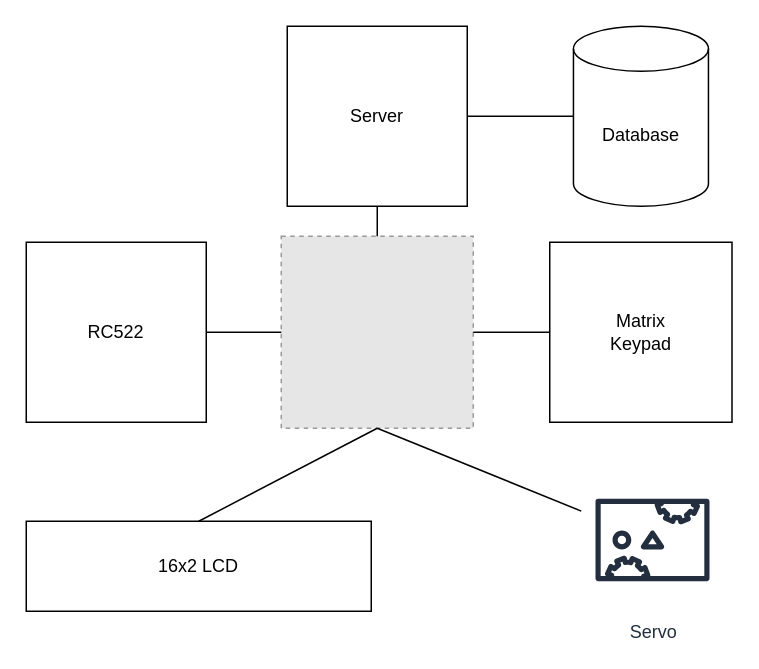
Earlier version of the draw.io diagram docs/imgs/system-overview.drawio (49e94b8f256530dc0d41f740dfe8a4c1/wfrnfc). Source tidied: cells renumbered, new cells numbered last; positions are measured from the earlier drawing's top-left corner, leaving out a move shared by most shapes. Both pictures are drawn from the tidied source at 150%, with x=0, y=0 at pixel (26, 26). Pictures stored in the file or linked from it are replaced by grey dashed boxes.
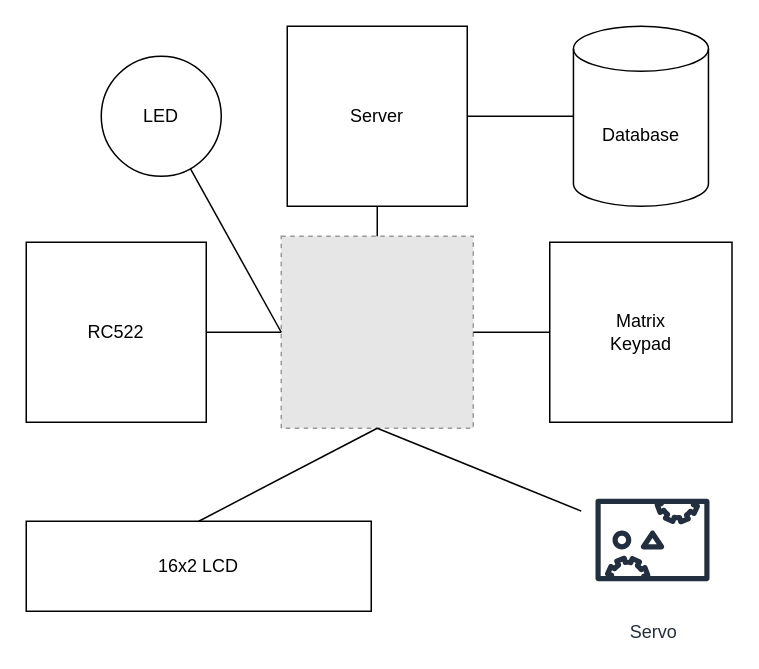
After the change.

What changed in the source:
```diff
@@
 <mxGraphModel>
   <root>
     <mxCell id="0" />
     <mxCell id="1" parent="0" />
     <mxCell id="2" value="Database" style="shape=cylinder3;whiteSpace=wrap;html=1;boundedLbl=1;backgroundOutline=1;size=15;" parent="1" vertex="1">
       <mxGeometry x="364.8" width="90" height="120" as="geometry" />
     </mxCell>
     <mxCell id="3" style="fillColor=#E6E6E6;strokeColor=#999999;dashed=1;html=1;verticalAlign=top;verticalLabelPosition=bottom;labelBackgroundColor=#ffffff;" parent="1" vertex="1">
       <mxGeometry x="170" y="140" width="128" height="128" as="geometry" />
     </mxCell>
     <mxCell id="4" value="RC522" style="rounded=0;whiteSpace=wrap;html=1;" parent="1" vertex="1">
       <mxGeometry y="144" width="120" height="120" as="geometry" />
     </mxCell>
     <mxCell id="5" value="16x2 LCD" style="rounded=0;whiteSpace=wrap;html=1;" parent="1" vertex="1">
       <mxGeometry y="330" width="230" height="60" as="geometry" />
     </mxCell>
     <mxCell id="6" style="endArrow=none;html=1;entryX=0;entryY=0.5;entryDx=0;entryDy=0;exitX=1;exitY=0.5;exitDx=0;exitDy=0;" parent="1" edge="1" source="4" target="3">
       <mxGeometry relative="1" as="geometry" />
     </mxCell>
     <mxCell id="7" style="endArrow=none;html=1;entryX=0.5;entryY=1;entryDx=0;entryDy=0;exitX=0.5;exitY=0;exitDx=0;exitDy=0;" parent="1" edge="1" source="5" target="3">
       <mxGeometry relative="1" as="geometry" />
     </mxCell>
     <mxCell id="8" value="Server" style="whiteSpace=wrap;html=1;" parent="1" vertex="1">
       <mxGeometry x="174" width="120" height="120" as="geometry" />
     </mxCell>
     <mxCell id="9" style="endArrow=none;html=1;entryX=0.5;entryY=1;entryDx=0;entryDy=0;exitX=0.5;exitY=0;exitDx=0;exitDy=0;" parent="1" edge="1" source="3" target="8">
       <mxGeometry relative="1" as="geometry" />
     </mxCell>
     <mxCell id="10" style="endArrow=none;html=1;exitX=1;exitY=0.5;exitDx=0;exitDy=0;entryX=0;entryY=0.5;entryDx=0;entryDy=0;entryPerimeter=0;" parent="1" edge="1" source="8" target="2">
       <mxGeometry relative="1" as="geometry" />
     </mxCell>
     <mxCell id="11" value="Matrix&lt;br&gt;Keypad" style="whiteSpace=wrap;html=1;" parent="1" vertex="1">
       <mxGeometry x="349" y="144" width="121.5" height="120" as="geometry" />
     </mxCell>
     <mxCell id="12" style="endArrow=none;html=1;entryX=0;entryY=0.5;entryDx=0;entryDy=0;" parent="1" edge="1" source="3" target="11">
       <mxGeometry relative="1" as="geometry" />
     </mxCell>
     <mxCell id="13" value="Servo" style="outlineConnect=0;fontColor=#232F3E;gradientColor=none;strokeColor=#232F3E;fillColor=#ffffff;dashed=0;verticalLabelPosition=bottom;verticalAlign=top;align=center;html=1;fontSize=12;fontStyle=0;shape=mxgraph.aws4.resourceIcon;resIcon=mxgraph.aws4.servo;" parent="1" vertex="1">
       <mxGeometry x="370" y="295" width="95" height="95" as="geometry" />
     </mxCell>
     <mxCell id="14" style="endArrow=none;html=1;entryX=0.5;entryY=1;entryDx=0;entryDy=0;" parent="1" edge="1" source="13" target="3">
       <mxGeometry relative="1" as="geometry" />
     </mxCell>
+    <mxCell id="15" value="LED" style="ellipse;whiteSpace=wrap;html=1;" parent="1" vertex="1">
+      <mxGeometry x="50" y="20" width="80" height="80" as="geometry" />
+    </mxCell>
+    <mxCell id="16" style="endArrow=none;html=1;exitX=0;exitY=0.5;exitDx=0;exitDy=0;" parent="1" edge="1" source="3" target="15">
+      <mxGeometry relative="1" as="geometry" />
+    </mxCell>
   </root>
 </mxGraphModel>
```
